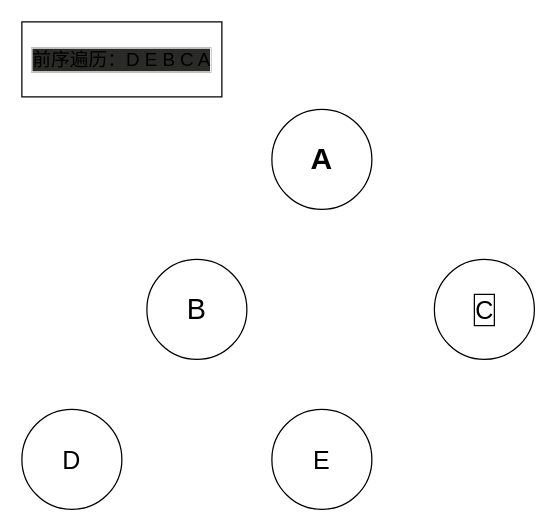
Above: src/图解.dio in PhilRandWu/Algorithm_code_ts (draw.io), before the change. Source tidied: cells renumbered, new cells numbered last; positions are measured from the earlier drawing's top-left corner, leaving out a move shared by most shapes. Both pictures are drawn from the tidied source at 125%, with x=0, y=0 at pixel (21, 21).
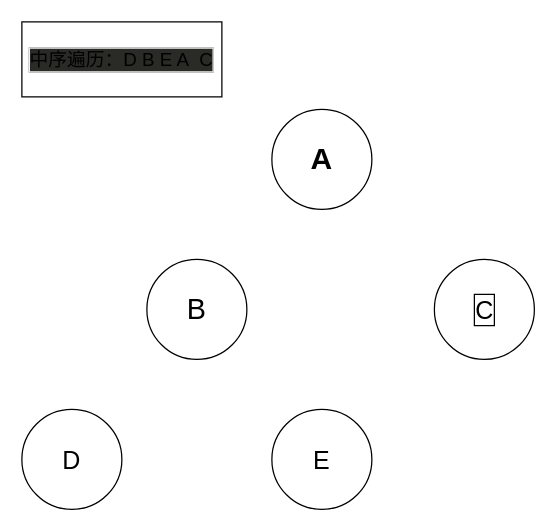
Above is the later version.

Commit message (it also covers changes not shown here):
二叉树的中序遍历

Change to the diagram source:
```diff
@@
 <mxGraphModel>
   <root>
     <mxCell id="0" />
     <mxCell id="1" parent="0" />
     <mxCell id="2" value="&lt;h1&gt;A&lt;/h1&gt;" style="ellipse;whiteSpace=wrap;html=1;" parent="1" vertex="1">
       <mxGeometry x="200" y="70" width="80" height="80" as="geometry" />
     </mxCell>
     <mxCell id="3" value="B" style="ellipse;whiteSpace=wrap;html=1;fontStyle=0;fontSize=23;" parent="1" vertex="1">
       <mxGeometry x="100" y="190" width="80" height="80" as="geometry" />
     </mxCell>
     <mxCell id="4" value="C" style="ellipse;html=1;fontSize=20;labelBorderColor=default;" parent="1" vertex="1">
       <mxGeometry x="330" y="190" width="80" height="80" as="geometry" />
     </mxCell>
     <mxCell id="5" value="D" style="ellipse;whiteSpace=wrap;html=1;fontSize=20;" parent="1" vertex="1">
       <mxGeometry y="310" width="80" height="80" as="geometry" />
     </mxCell>
     <mxCell id="6" value="E" style="ellipse;whiteSpace=wrap;html=1;fontSize=20;" parent="1" vertex="1">
       <mxGeometry x="200" y="310" width="80" height="80" as="geometry" />
     </mxCell>
-    <mxCell id="7" value="前序遍历：D E B C A" style="whiteSpace=wrap;html=1;labelBorderColor=#F0F0F0;fontSize=15;labelBackgroundColor=#2A2A27;fillColor=#FFFFFF;" parent="1" vertex="1">
+    <mxCell id="7" value="中序遍历：D B E A&amp;nbsp; C" style="whiteSpace=wrap;html=1;labelBorderColor=#F0F0F0;fontSize=15;labelBackgroundColor=#2A2A27;fillColor=#FFFFFF;" parent="1" vertex="1">
       <mxGeometry width="160" height="60" as="geometry" />
     </mxCell>
   </root>
 </mxGraphModel>
```
